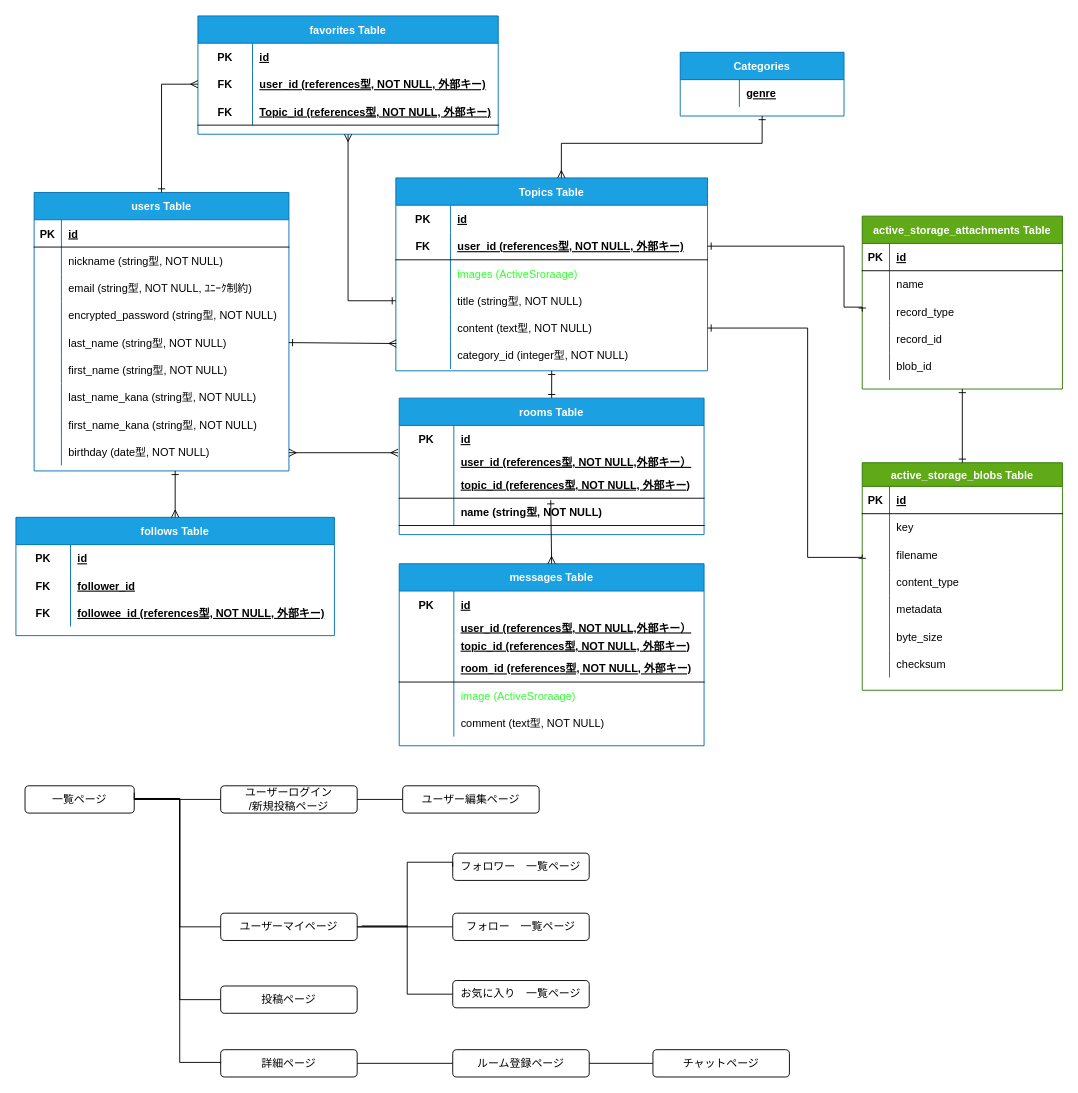
The draw.io diagram nichetalk-ER.dio in kumapachi/nichetalk, before the edit. Source tidied: cells renumbered, new cells numbered last; positions are measured from the earlier drawing's top-left corner, leaving out a move shared by most shapes. Both pictures are drawn from the tidied source at 91%, with x=0, y=0 at pixel (15, 15).
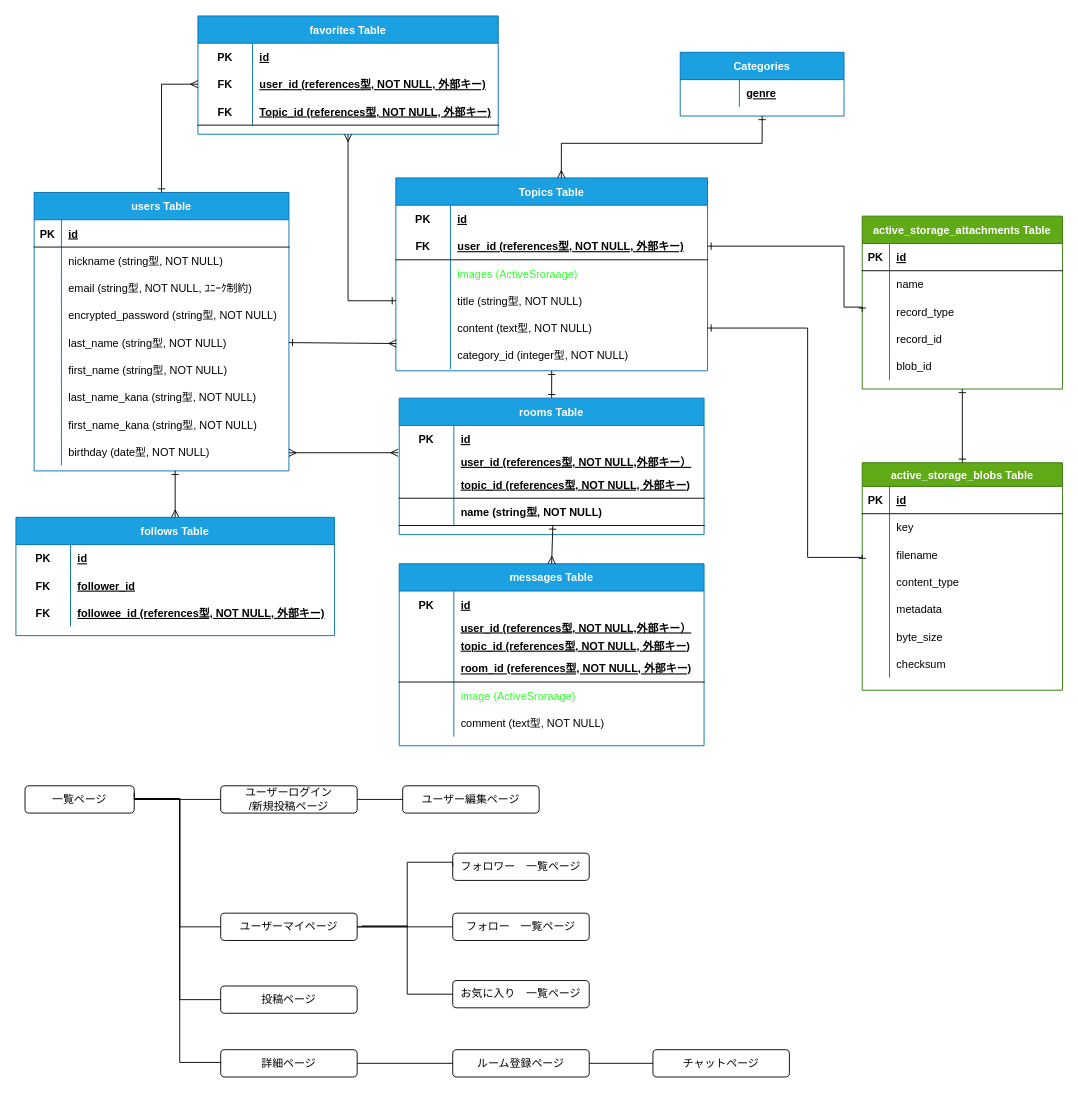
The same diagram, later.

Unchanged cells that the change refers to:
```xml
<mxCell id="59" value="messages Table" style="shape=table;startSize=30;childLayout=tableLayout;rowLines=0;fontStyle=1;align=center;fillColor=#1ba1e2;fontColor=#ffffff;strokeColor=#006EAF;" parent="1" vertex="1">
  <mxGeometry x="421.2" y="602" width="335" height="200" as="geometry" />
</mxCell>
<mxCell id="164" style="shape=partialRectangle;fillColor=none;top=0;left=0;bottom=1;right=0;points=[[0,0.5],[1,0.5]];portConstraint=eastwest;spacing=2;" parent="157" vertex="1">
  <mxGeometry y="80" width="335" height="30" as="geometry" />
</mxCell>
```

Change to the diagram source:
```diff
@@
-    <mxCell id="174" style="endArrow=ERone;html=1;exitX=0.5;exitY=0;exitDx=0;exitDy=0;startArrow=ERmany;startFill=0;entryX=0.497;entryY=1.073;entryDx=0;entryDy=0;entryPerimeter=0;endFill=0;" parent="1" edge="1" source="59" target="164">
-      <mxGeometry relative="1" as="geometry" />
+    <mxCell id="174" style="endArrow=ERone;html=1;exitX=0.5;exitY=0;exitDx=0;exitDy=0;startArrow=ERmany;startFill=0;endFill=0;" parent="1" edge="1" source="59">
+      <mxGeometry relative="1" as="geometry">
+        <mxPoint x="590" y="560" as="targetPoint" />
+      </mxGeometry>
     </mxCell>
```
